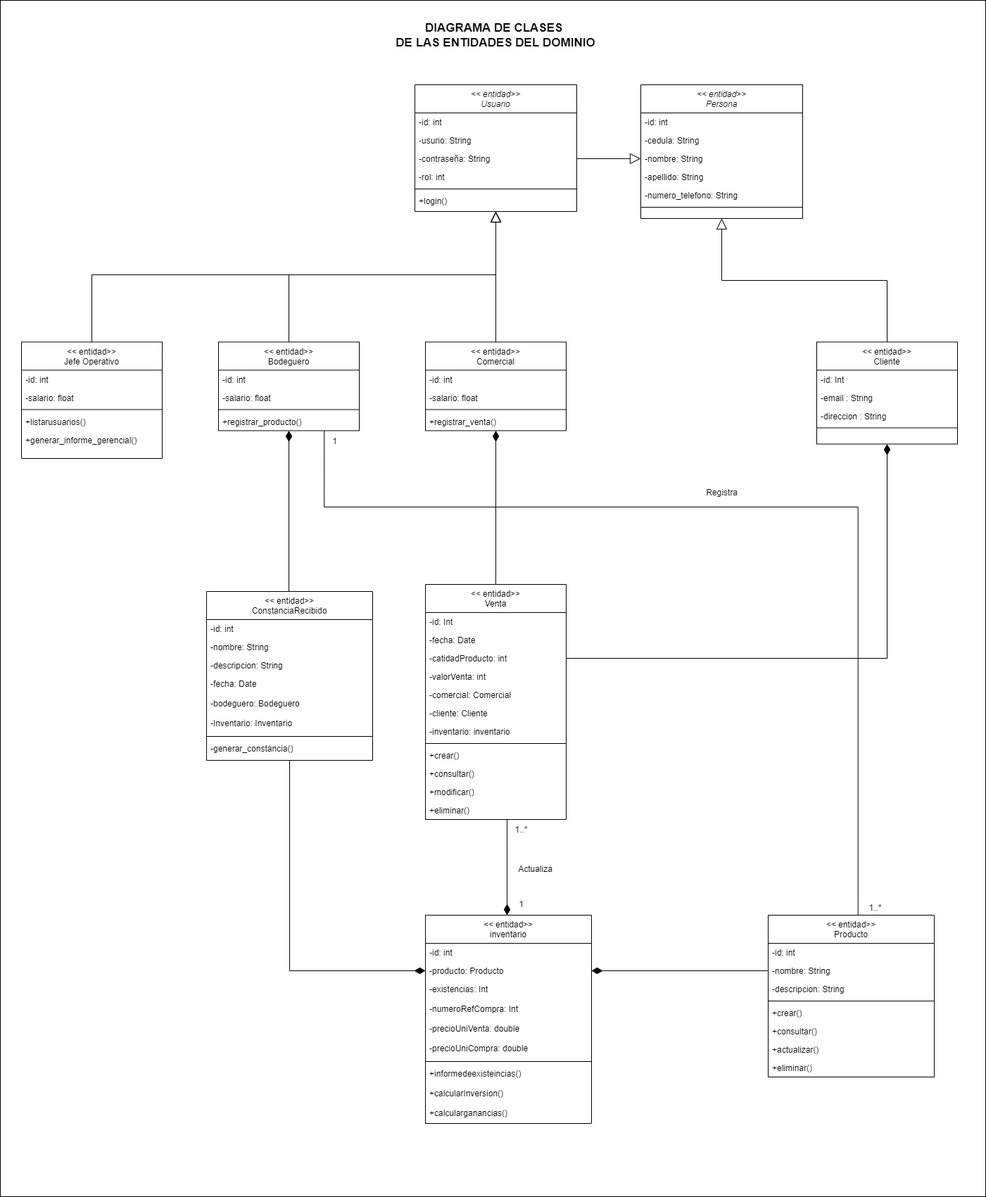
The draw.io diagram Documents Proyect/Sprint1/Diagrama de Clases.png in quihuang/BikeStore, before a commit. Source tidied: cells renumbered, new cells last; positions are measured from the earlier drawing's top-left corner, leaving out a move shared by most shapes.
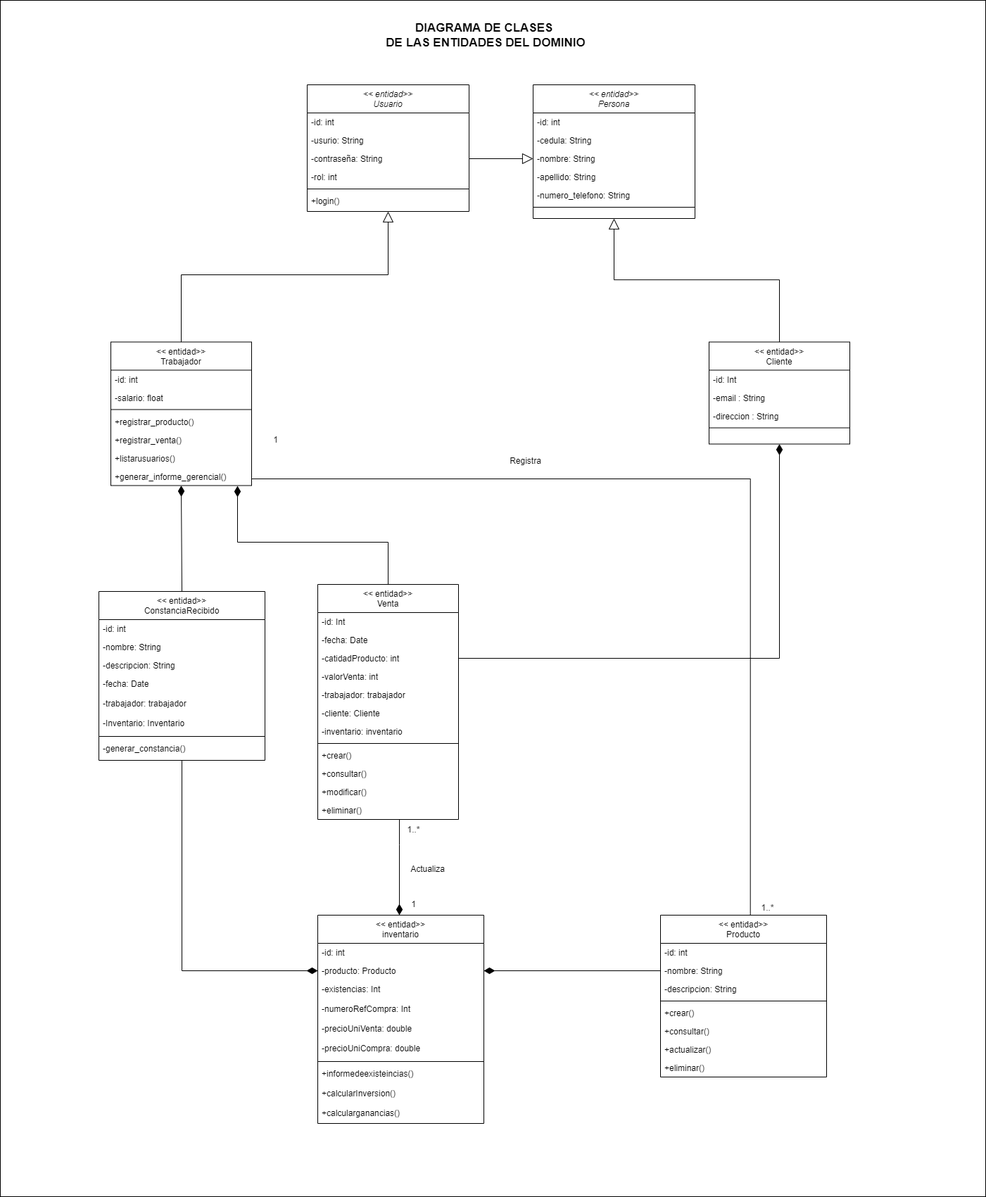
The same diagram one commit later.

The edit, as a diff of the source:
```diff
@@ -3,7 +3,7 @@
     <mxCell id="0" />
     <mxCell id="1" parent="0" />
     <mxCell id="2" style="rounded=0;whiteSpace=wrap;html=1;" parent="1" vertex="1">
-      <mxGeometry width="1400" height="1700" as="geometry" />
+      <mxGeometry x="153" width="1400" height="1700" as="geometry" />
     </mxCell>
     <mxCell id="3" value="&lt;&lt; entidad&gt;&gt; &#10;Persona" style="swimlane;fontStyle=2;align=center;verticalAlign=top;horizontal=1;startSize=40;rounded=0;shadow=0;strokeWidth=1;" parent="1" vertex="1">
       <mxGeometry x="910" y="120" width="230" height="190" as="geometry" />
@@ -26,31 +26,6 @@
     <mxCell id="9" style="line;html=1;strokeWidth=1;align=left;verticalAlign=middle;spacingTop=-1;spacingLeft=3;spacingRight=3;labelPosition=right;" parent="3" vertex="1">
       <mxGeometry y="170" width="230" height="8" as="geometry" />
     </mxCell>
-    <mxCell id="10" value="&lt;&lt; entidad&gt;&gt;&#10;Jefe Operativo" style="swimlane;fontStyle=0;align=center;verticalAlign=top;horizontal=1;startSize=40;rounded=0;shadow=0;strokeWidth=1;" parent="1" vertex="1">
-      <mxGeometry x="30" y="485.5" width="200" height="165.5" as="geometry" />
-    </mxCell>
-    <mxCell id="11" value="-id: int" style="text;align=left;verticalAlign=top;spacingLeft=4;spacingRight=4;overflow=hidden;" parent="10" vertex="1">
-      <mxGeometry y="40" width="200" height="26" as="geometry" />
-    </mxCell>
-    <mxCell id="12" value="-salario: float" style="text;align=left;verticalAlign=top;spacingLeft=4;spacingRight=4;overflow=hidden;rounded=0;shadow=0;html=0;" parent="10" vertex="1">
-      <mxGeometry y="66" width="200" height="26" as="geometry" />
-    </mxCell>
-    <mxCell id="13" style="line;html=1;strokeWidth=1;align=left;verticalAlign=middle;spacingTop=-1;spacingLeft=3;spacingRight=3;labelPosition=right;" parent="10" vertex="1">
-      <mxGeometry y="92" width="200" height="8" as="geometry" />
-    </mxCell>
-    <mxCell id="14" value="+listarusuarios()" style="text;align=left;verticalAlign=top;spacingLeft=4;spacingRight=4;overflow=hidden;rounded=0;shadow=0;html=0;" parent="10" vertex="1">
-      <mxGeometry y="100" width="200" height="26" as="geometry" />
-    </mxCell>
-    <mxCell id="15" value="+generar_informe_gerencial()" style="text;align=left;verticalAlign=top;spacingLeft=4;spacingRight=4;overflow=hidden;rounded=0;shadow=0;html=0;" parent="10" vertex="1">
-      <mxGeometry y="126" width="200" height="26" as="geometry" />
-    </mxCell>
-    <mxCell id="16" style="endArrow=block;endSize=13;endFill=0;shadow=0;strokeWidth=1;rounded=0;edgeStyle=elbowEdgeStyle;elbow=vertical;" parent="1" edge="1" source="10" target="91">
-      <mxGeometry relative="1" as="geometry">
-        <Array as="points">
-          <mxPoint x="420" y="390" />
-        </Array>
-      </mxGeometry>
-    </mxCell>
     <mxCell id="17" value="&lt;&lt; entidad&gt;&gt;&#10;Producto" style="swimlane;fontStyle=0;align=center;verticalAlign=top;horizontal=1;startSize=40;rounded=0;shadow=0;strokeWidth=1;" parent="1" vertex="1">
       <mxGeometry x="1091" y="1300" width="236" height="230" as="geometry" />
     </mxCell>
@@ -101,7 +76,7 @@
     <mxCell id="31" value="-valorVenta: int" style="text;align=left;verticalAlign=top;spacingLeft=4;spacingRight=4;overflow=hidden;rounded=0;shadow=0;html=0;" parent="27" vertex="1">
       <mxGeometry y="118" width="200" height="26" as="geometry" />
     </mxCell>
-    <mxCell id="32" value="-comercial: Comercial" style="text;align=left;verticalAlign=top;spacingLeft=4;spacingRight=4;overflow=hidden;rounded=0;shadow=0;html=0;" parent="27" vertex="1">
+    <mxCell id="32" value="-trabajador: trabajador" style="text;align=left;verticalAlign=top;spacingLeft=4;spacingRight=4;overflow=hidden;rounded=0;shadow=0;html=0;" parent="27" vertex="1">
       <mxGeometry y="144" width="200" height="26" as="geometry" />
     </mxCell>
     <mxCell id="33" value="-cliente: Cliente" style="text;align=left;verticalAlign=top;spacingLeft=4;spacingRight=4;overflow=hidden;rounded=0;shadow=0;html=0;" parent="27" vertex="1">
@@ -151,7 +126,7 @@
       <mxGeometry relative="1" as="geometry" />
     </mxCell>
     <mxCell id="47" value="DIAGRAMA DE CLASES &lt;br&gt;DE LAS ENTIDADES DEL DOMINIO" style="text;html=1;strokeColor=none;fillColor=none;align=center;verticalAlign=middle;whiteSpace=wrap;rounded=0;strokeWidth=1;fontSize=17;fontStyle=1;" parent="1" vertex="1">
-      <mxGeometry x="544" y="20" width="320" height="60" as="geometry" />
+      <mxGeometry x="683" y="20" width="320" height="60" as="geometry" />
     </mxCell>
     <mxCell id="48" value="&lt;&lt; entidad&gt;&gt;&#10;ConstanciaRecibido" style="swimlane;fontStyle=0;align=center;verticalAlign=top;horizontal=1;startSize=40;rounded=0;shadow=0;strokeWidth=1;" parent="1" vertex="1">
       <mxGeometry x="293" y="840" width="236" height="240" as="geometry" />
@@ -168,7 +143,7 @@
     <mxCell id="52" value="-fecha: Date" style="text;align=left;verticalAlign=top;spacingLeft=4;spacingRight=4;overflow=hidden;rounded=0;shadow=0;html=0;" parent="48" vertex="1">
       <mxGeometry y="118" width="236" height="28" as="geometry" />
     </mxCell>
-    <mxCell id="53" value="-bodeguero: Bodeguero" style="text;align=left;verticalAlign=top;spacingLeft=4;spacingRight=4;overflow=hidden;rounded=0;shadow=0;html=0;" parent="48" vertex="1">
+    <mxCell id="53" value="-trabajador: trabajador" style="text;align=left;verticalAlign=top;spacingLeft=4;spacingRight=4;overflow=hidden;rounded=0;shadow=0;html=0;" parent="48" vertex="1">
       <mxGeometry y="146" width="236" height="28" as="geometry" />
     </mxCell>
     <mxCell id="54" value="-Inventario: Inventario" style="text;align=left;verticalAlign=top;spacingLeft=4;spacingRight=4;overflow=hidden;rounded=0;shadow=0;html=0;" parent="48" vertex="1">
@@ -240,8 +215,8 @@
         </Array>
       </mxGeometry>
     </mxCell>
-    <mxCell id="74" value="&lt;&lt; entidad&gt;&gt;&#10;Bodeguero" style="swimlane;fontStyle=0;align=center;verticalAlign=top;horizontal=1;startSize=40;rounded=0;shadow=0;strokeWidth=1;" parent="1" vertex="1">
-      <mxGeometry x="310" y="485.5" width="200" height="126" as="geometry" />
+    <mxCell id="74" value="&lt;&lt; entidad&gt;&gt;&#10;Trabajador" style="swimlane;fontStyle=0;align=center;verticalAlign=top;horizontal=1;startSize=40;rounded=0;shadow=0;strokeWidth=1;" parent="1" vertex="1">
+      <mxGeometry x="310" y="485.5" width="200" height="204" as="geometry" />
     </mxCell>
     <mxCell id="75" value="-id: int" style="text;align=left;verticalAlign=top;spacingLeft=4;spacingRight=4;overflow=hidden;" parent="74" vertex="1">
       <mxGeometry y="40" width="200" height="26" as="geometry" />
@@ -252,27 +227,18 @@
     <mxCell id="77" style="line;html=1;strokeWidth=1;align=left;verticalAlign=middle;spacingTop=-1;spacingLeft=3;spacingRight=3;labelPosition=right;" parent="74" vertex="1">
       <mxGeometry y="92" width="200" height="8" as="geometry" />
     </mxCell>
+    <mxCell id="99" value="+registrar_producto()" style="text;align=left;verticalAlign=top;spacingLeft=4;spacingRight=4;overflow=hidden;rounded=0;shadow=0;html=0;" parent="74" vertex="1">
+      <mxGeometry y="100" width="200" height="26" as="geometry" />
+    </mxCell>
+    <mxCell id="84" value="+registrar_venta()" style="text;align=left;verticalAlign=top;spacingLeft=4;spacingRight=4;overflow=hidden;rounded=0;shadow=0;html=0;" parent="74" vertex="1">
+      <mxGeometry y="126" width="200" height="26" as="geometry" />
+    </mxCell>
+    <mxCell id="14" value="+listarusuarios()" style="text;align=left;verticalAlign=top;spacingLeft=4;spacingRight=4;overflow=hidden;rounded=0;shadow=0;html=0;" parent="74" vertex="1">
+      <mxGeometry y="152" width="200" height="26" as="geometry" />
+    </mxCell>
-    <mxCell id="78" value="+registrar_producto()" style="text;align=left;verticalAlign=top;spacingLeft=4;spacingRight=4;overflow=hidden;points=[[0,0.5],[1,0.5]];portConstraint=eastwest;rounded=0;shadow=0;html=0;" parent="74" vertex="1">
-      <mxGeometry y="100" width="200" height="26" as="geometry" />
+    <mxCell id="78" value="+generar_informe_gerencial()" style="text;align=left;verticalAlign=top;spacingLeft=4;spacingRight=4;overflow=hidden;points=[[0,0.5],[1,0.5]];portConstraint=eastwest;rounded=0;shadow=0;html=0;" parent="74" vertex="1">
+      <mxGeometry y="178" width="200" height="26" as="geometry" />
     </mxCell>
-    <mxCell id="79" style="edgeStyle=orthogonalEdgeStyle;rounded=0;jettySize=auto;html=1;exitX=0.5;exitY=0;exitDx=0;exitDy=0;startArrow=none;startFill=0;endArrow=block;endFill=0;endSize=13;" parent="1" edge="1" source="80" target="91">
-      <mxGeometry relative="1" as="geometry" />
-    </mxCell>
-    <mxCell id="80" value="&lt;&lt; entidad&gt;&gt;&#10;Comercial" style="swimlane;fontStyle=0;align=center;verticalAlign=top;horizontal=1;startSize=40;rounded=0;shadow=0;strokeWidth=1;" parent="1" vertex="1">
-      <mxGeometry x="604" y="485.5" width="200" height="126" as="geometry" />
-    </mxCell>
-    <mxCell id="81" value="-id: int" style="text;align=left;verticalAlign=top;spacingLeft=4;spacingRight=4;overflow=hidden;" parent="80" vertex="1">
-      <mxGeometry y="40" width="200" height="26" as="geometry" />
-    </mxCell>
-    <mxCell id="82" value="-salario: float" style="text;align=left;verticalAlign=top;spacingLeft=4;spacingRight=4;overflow=hidden;rounded=0;shadow=0;html=0;" parent="80" vertex="1">
-      <mxGeometry y="66" width="200" height="26" as="geometry" />
-    </mxCell>
-    <mxCell id="83" style="line;html=1;strokeWidth=1;align=left;verticalAlign=middle;spacingTop=-1;spacingLeft=3;spacingRight=3;labelPosition=right;" parent="80" vertex="1">
-      <mxGeometry y="92" width="200" height="8" as="geometry" />
-    </mxCell>
-    <mxCell id="84" value="+registrar_venta()" style="text;align=left;verticalAlign=top;spacingLeft=4;spacingRight=4;overflow=hidden;rounded=0;shadow=0;html=0;" parent="80" vertex="1">
-      <mxGeometry y="100" width="200" height="26" as="geometry" />
-    </mxCell>
     <mxCell id="85" style="endArrow=diamondThin;html=1;rounded=0;entryX=0.5;entryY=1;entryDx=0;entryDy=0;exitX=0.5;exitY=0;exitDx=0;exitDy=0;edgeStyle=orthogonalEdgeStyle;startArrow=none;startFill=0;endFill=1;endSize=13;" parent="1" edge="1" source="48" target="74">
       <mxGeometry relative="1" as="geometry">
         <Array as="points">
@@ -280,29 +246,31 @@
         </Array>
       </mxGeometry>
     </mxCell>
-    <mxCell id="86" style="endArrow=diamondThin;html=1;rounded=0;entryX=0.5;entryY=1;entryDx=0;entryDy=0;exitX=0.5;exitY=0;exitDx=0;exitDy=0;edgeStyle=orthogonalEdgeStyle;startArrow=none;startFill=0;endFill=1;endSize=13;" parent="1" edge="1" source="27" target="80">
+    <mxCell id="86" style="endArrow=diamondThin;html=1;rounded=0;exitX=0.5;exitY=0;exitDx=0;exitDy=0;edgeStyle=orthogonalEdgeStyle;startArrow=none;startFill=0;endFill=1;endSize=13;" parent="1" edge="1" source="27">
       <mxGeometry relative="1" as="geometry">
+        <mxPoint x="490" y="690" as="targetPoint" />
         <Array as="points">
-          <mxPoint x="704" y="830" />
+          <mxPoint x="704" y="770" />
+          <mxPoint x="490" y="770" />
         </Array>
       </mxGeometry>
     </mxCell>
-    <mxCell id="87" style="endArrow=none;html=1;rounded=0;edgeStyle=orthogonalEdgeStyle;exitX=0.541;exitY=-0.001;exitDx=0;exitDy=0;exitPerimeter=0;startArrow=none;startFill=0;entryX=0.006;entryY=0.004;entryDx=0;entryDy=0;entryPerimeter=0;" parent="1" edge="1" source="17" target="88">
+    <mxCell id="87" style="endArrow=none;html=1;rounded=0;edgeStyle=orthogonalEdgeStyle;exitX=0.541;exitY=-0.001;exitDx=0;exitDy=0;exitPerimeter=0;startArrow=none;startFill=0;entryX=1;entryY=0.5;entryDx=0;entryDy=0;" parent="1" edge="1" source="17" target="78">
       <mxGeometry relative="1" as="geometry">
         <Array as="points">
-          <mxPoint x="1219" y="720" />
-          <mxPoint x="460" y="720" />
+          <mxPoint x="1219" y="680" />
+          <mxPoint x="510" y="680" />
         </Array>
       </mxGeometry>
     </mxCell>
     <mxCell id="88" value="1" style="text;html=1;align=center;verticalAlign=middle;points=[];strokeColor=none;fillColor=none;" parent="1" vertex="1">
-      <mxGeometry x="460" y="611.5" width="30" height="30" as="geometry" />
+      <mxGeometry x="529" y="610" width="30" height="30" as="geometry" />
     </mxCell>
     <mxCell id="89" value="1..*" style="text;html=1;align=center;verticalAlign=middle;strokeColor=none;fillColor=none;" parent="1" vertex="1">
       <mxGeometry x="1223" y="1275" width="40" height="30" as="geometry" />
     </mxCell>
     <mxCell id="90" value="Registra" style="text;html=1;align=center;verticalAlign=middle;strokeColor=none;fillColor=none;" parent="1" vertex="1">
-      <mxGeometry x="990" y="685" width="70" height="30" as="geometry" />
+      <mxGeometry x="864" y="640" width="70" height="30" as="geometry" />
     </mxCell>
     <mxCell id="91" value="&lt;&lt; entidad&gt;&gt; &#10;Usuario" style="swimlane;fontStyle=2;align=center;verticalAlign=top;horizontal=1;startSize=40;rounded=0;shadow=0;strokeWidth=1;" parent="1" vertex="1">
       <mxGeometry x="589" y="120" width="230" height="180" as="geometry" />
```
